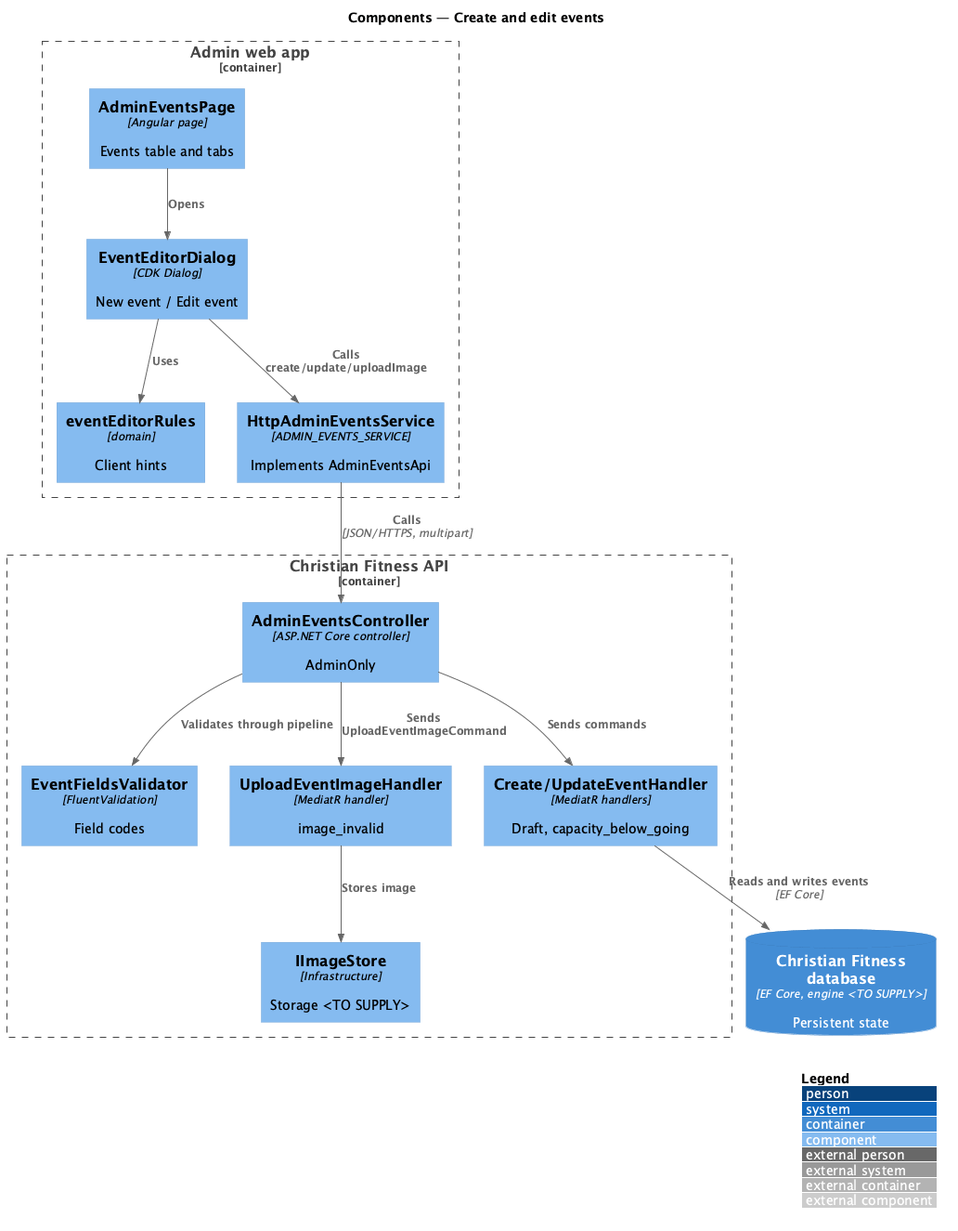
The PlantUML diagram docs/detailed-designs/admin-events/create-and-edit-events/diagrams/c4-component.png in QuinntyneBrown/christian-fitness, before a commit. Its diagram source:
```plantuml
@startuml
!include <C4/C4_Component>
LAYOUT_WITH_LEGEND()
title Components — Create and edit events

Container_Boundary(admin, "Admin web app") {
  Component(page, "AdminEventsPage", "Angular page", "Events table and tabs")
  Component(dlg, "EventEditorDialog", "CDK Dialog", "New event / Edit event")
  Component(rules, "eventEditorRules", "domain", "Client hints")
  Component(svc, "HttpAdminEventsService", "ADMIN_EVENTS_SERVICE", "Implements AdminEventsApi")
}
Container_Boundary(api, "Christian Fitness API") {
  Component(ctrl, "AdminEventsController", "ASP.NET Core controller", "AdminOnly")
  Component(val, "EventFieldsValidator", "FluentValidation", "Field codes")
  Component(handler, "Create/UpdateEventHandler", "MediatR handlers", "Draft, capacity_below_going")
  Component(img, "UploadEventImageHandler", "MediatR handler", "image_invalid")
  Component(store, "IImageStore", "Infrastructure", "Storage <TO SUPPLY>")
}
ContainerDb(db, "Christian Fitness database", "EF Core, engine <TO SUPPLY>", "Persistent state")

Rel(page, dlg, "Opens")
Rel(dlg, rules, "Uses")
Rel(dlg, svc, "Calls create/update/uploadImage")
Rel(svc, ctrl, "Calls", "JSON/HTTPS, multipart")
Rel(ctrl, val, "Validates through pipeline")
Rel(ctrl, handler, "Sends commands")
Rel(ctrl, img, "Sends UploadEventImageCommand")
Rel(img, store, "Stores image")
Rel(handler, db, "Reads and writes events", "EF Core")
@enduml
```
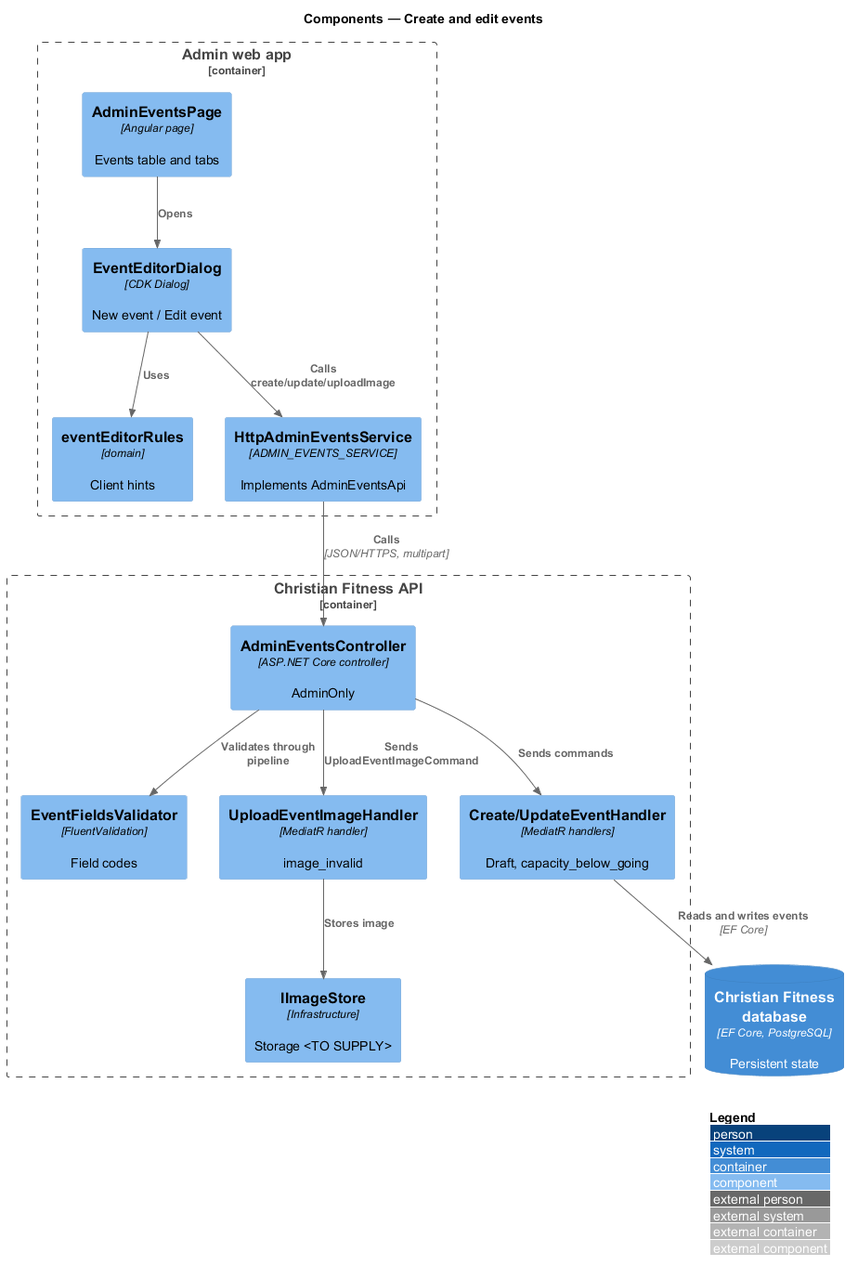
The same diagram one commit later.

The edit, as a diff of the source:
```diff
@@ -16,7 +16,7 @@
   Component(img, "UploadEventImageHandler", "MediatR handler", "image_invalid")
   Component(store, "IImageStore", "Infrastructure", "Storage <TO SUPPLY>")
 }
-ContainerDb(db, "Christian Fitness database", "EF Core, engine <TO SUPPLY>", "Persistent state")
+ContainerDb(db, "Christian Fitness database", "EF Core, PostgreSQL", "Persistent state")
 
 Rel(page, dlg, "Opens")
 Rel(dlg, rules, "Uses")
```
